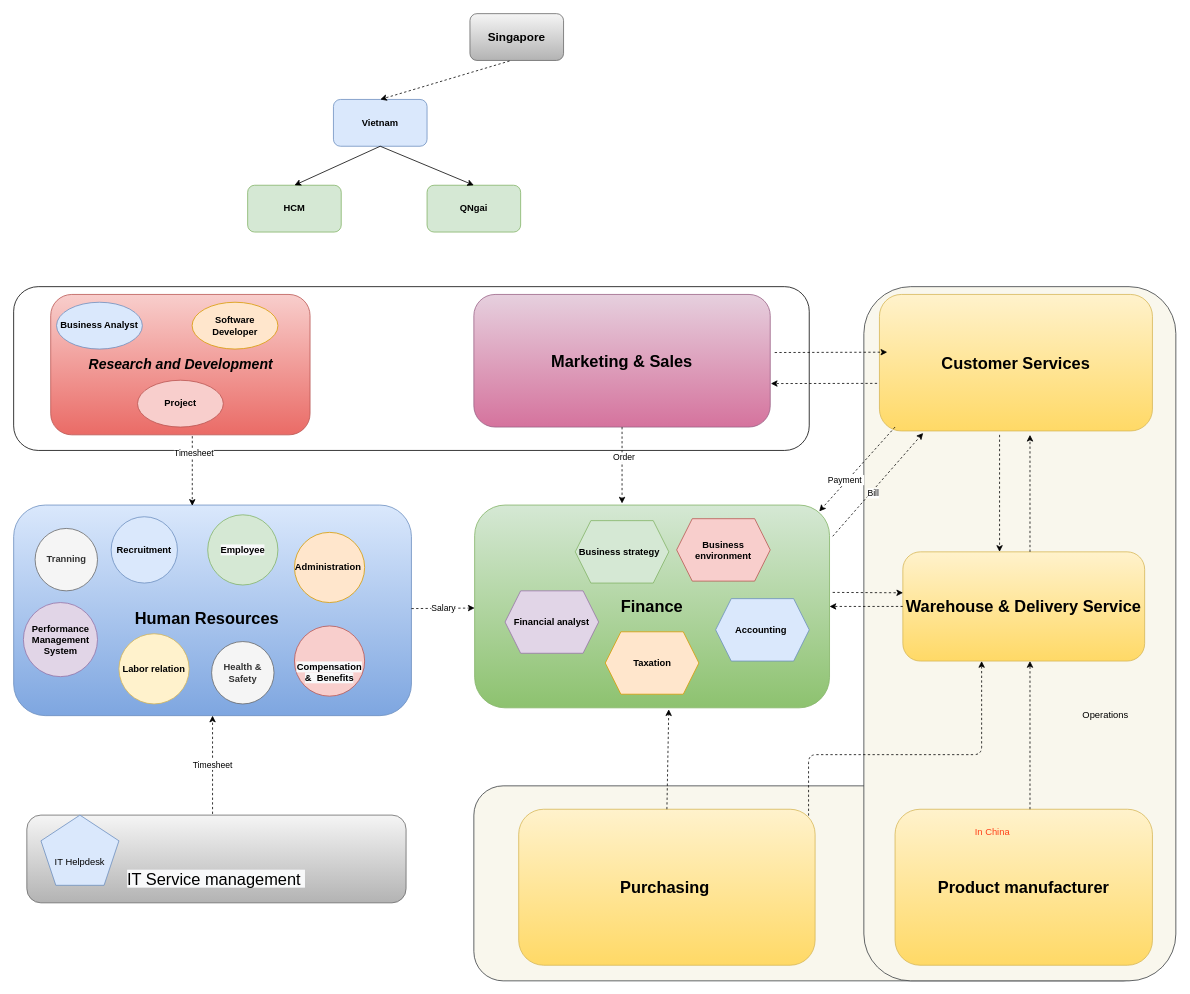
The draw.io diagram page "Org_Chart" (1 of 4) of 04_docs/Department_Organizational_chart.drawio in letrthong/business, before the edit. Source tidied: cells renumbered, new cells numbered last; positions are measured from the earlier drawing's top-left corner, leaving out a move shared by most shapes. Both pictures are drawn from the tidied source at 78%, with x=0, y=0 at pixel (13, 13).
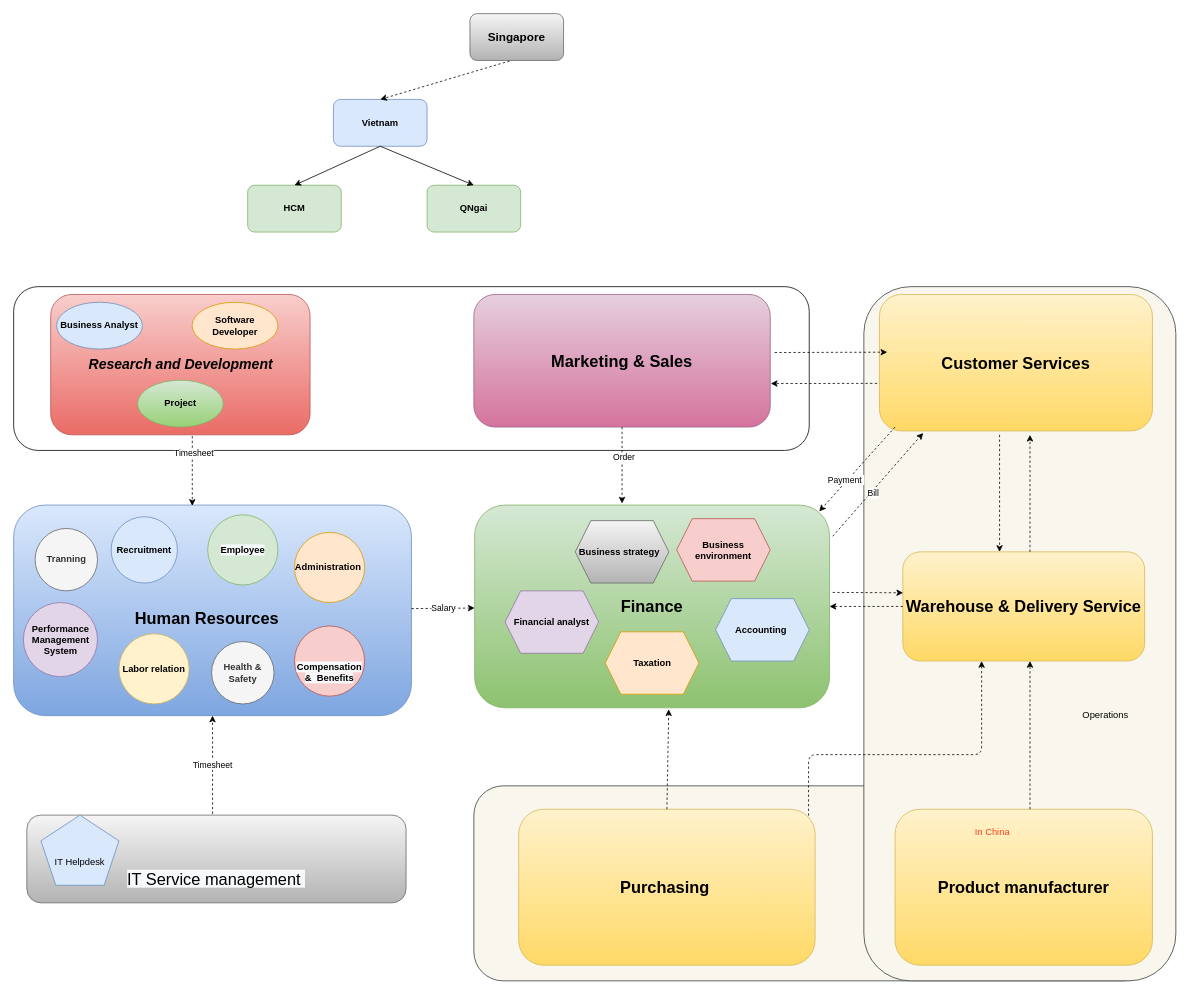
The same page after the edit.

Change to the diagram source:
```diff
@@
-    <mxCell id="57" value="&lt;b&gt;Project&lt;/b&gt;" style="ellipse;whiteSpace=wrap;html=1;fillColor=#f8cecc;strokeColor=#b85450;" parent="1" vertex="1">
+    <mxCell id="57" value="&lt;b&gt;Project&lt;/b&gt;" style="ellipse;whiteSpace=wrap;html=1;fillColor=#d5e8d4;strokeColor=#82b366;gradientColor=#97d077;" parent="1" vertex="1">
       <mxGeometry x="158.8" y="470" width="110" height="60" as="geometry" />
     </mxCell>
@@
-    <mxCell id="59" value="&lt;b&gt;Business strategy&amp;nbsp;&amp;nbsp;&lt;/b&gt;" style="shape=hexagon;perimeter=hexagonPerimeter2;whiteSpace=wrap;html=1;fixedSize=1;fillColor=#d5e8d4;strokeColor=#82b366;" parent="1" vertex="1">
+    <mxCell id="59" value="&lt;b&gt;Business strategy&amp;nbsp;&amp;nbsp;&lt;/b&gt;" style="shape=hexagon;perimeter=hexagonPerimeter2;whiteSpace=wrap;html=1;fixedSize=1;fillColor=#f5f5f5;strokeColor=#666666;gradientColor=#b3b3b3;" parent="1" vertex="1">
       <mxGeometry x="720" y="650" width="120" height="80" as="geometry" />
     </mxCell>
```
